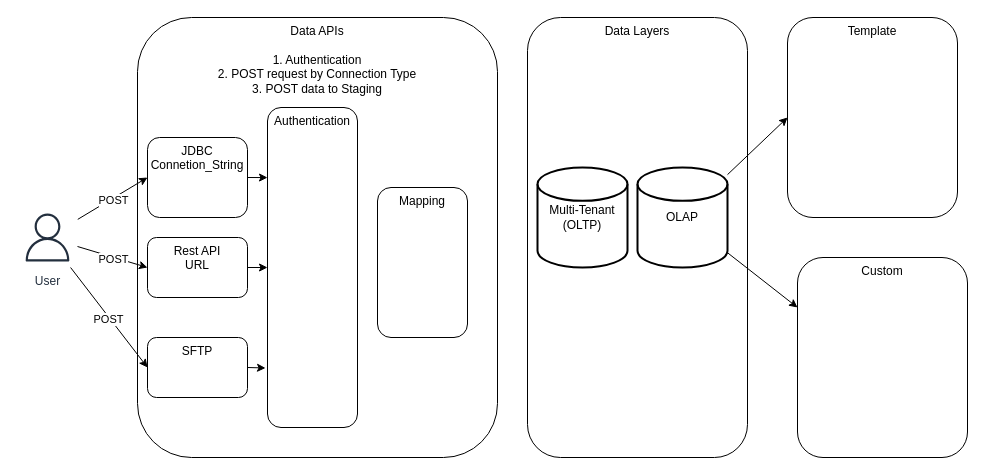
Before: wireframe.drawio in longbuivan/datasas, a draw.io diagram. Source tidied: cells renumbered, new cells numbered last; positions are measured from the earlier drawing's top-left corner, leaving out a move shared by most shapes. Both pictures are drawn from the tidied source at 100%, with x=0, y=0 at pixel (17, 17).
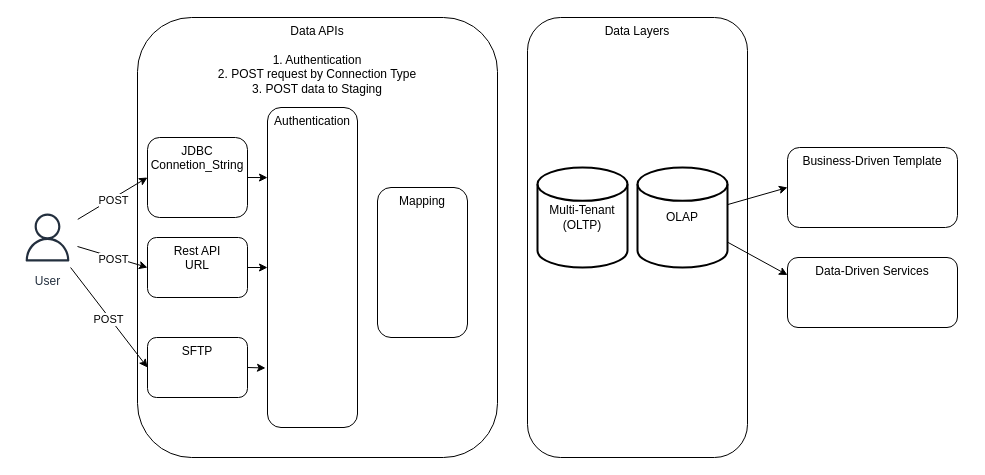
After the change.

Diff of the diagram source:
```diff
@@
-    <mxCell id="13" value="Template" style="rounded=1;whiteSpace=wrap;html=1;verticalAlign=top;" parent="1" vertex="1">
-      <mxGeometry x="770" width="170" height="200" as="geometry" />
+    <mxCell id="13" value="Business-Driven Template" style="rounded=1;whiteSpace=wrap;html=1;verticalAlign=top;" parent="1" vertex="1">
+      <mxGeometry x="770" y="130" width="170" height="80" as="geometry" />
     </mxCell>
-    <mxCell id="14" value="Custom" style="rounded=1;whiteSpace=wrap;html=1;verticalAlign=top;" parent="1" vertex="1">
-      <mxGeometry x="780" y="240" width="170" height="200" as="geometry" />
+    <mxCell id="14" value="Data-Driven Services" style="rounded=1;whiteSpace=wrap;html=1;verticalAlign=top;" parent="1" vertex="1">
+      <mxGeometry x="770" y="240" width="170" height="70" as="geometry" />
     </mxCell>
```
